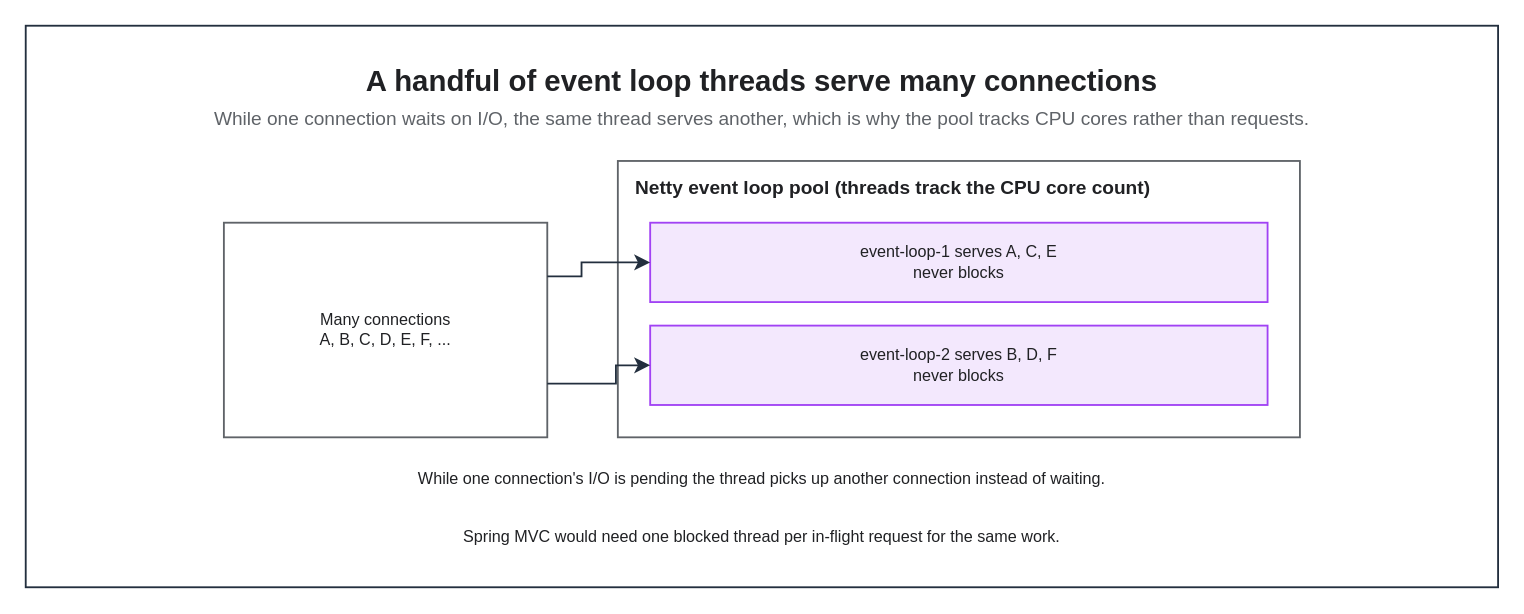
Above: assets/img/spring/spring-11-webflux-event-loop.drawio in KKamJi98/kkamji98.github.io (draw.io), before the change. Source tidied: cells renumbered, new cells numbered last; positions are measured from the earlier drawing's top-left corner, leaving out a move shared by most shapes. Both pictures are drawn from the tidied source at 147%, with x=0, y=0 at pixel (25, 25).
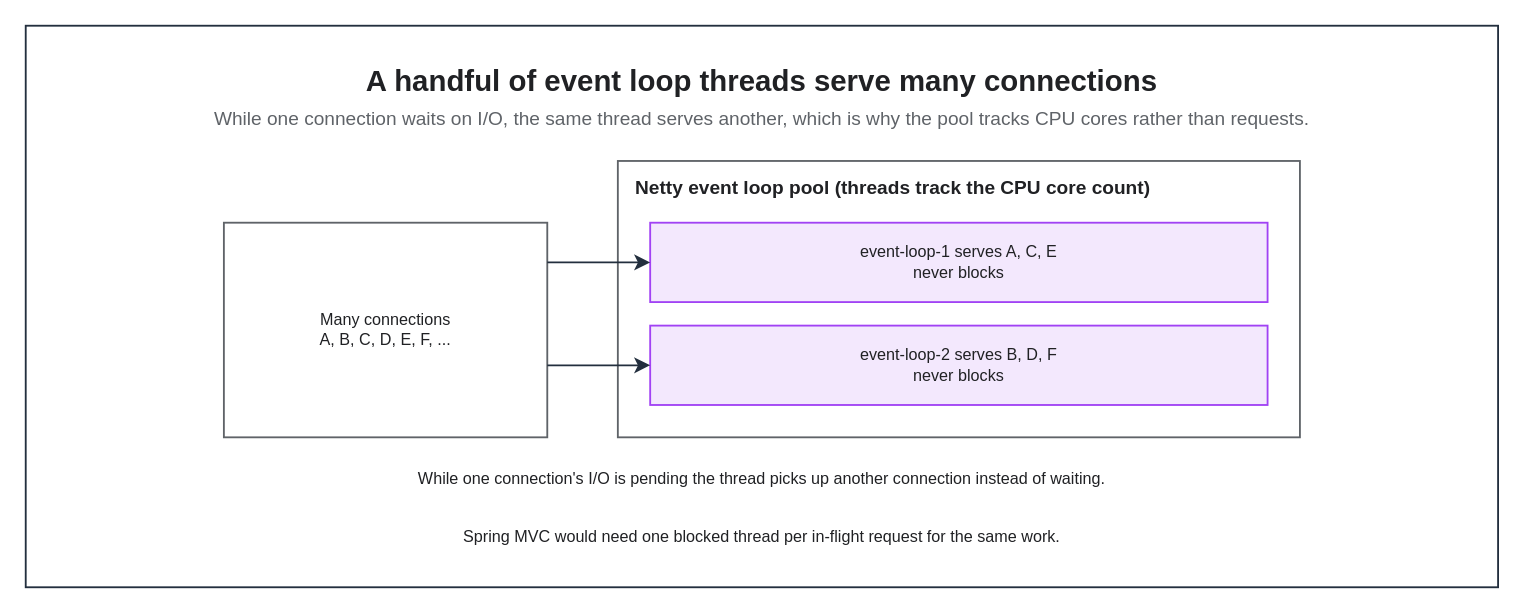
The same diagram, later.

The edit, as a diff of the source:
```diff
@@
 <mxGraphModel background="#FFFFFF">
   <root>
     <mxCell id="0" />
     <mxCell id="1" parent="0" />
     <mxCell id="2" style="rounded=0;html=0;fillColor=none;strokeColor=#232F3E;fontColor=#202124;strokeWidth=1.25;" parent="1" vertex="1">
       <mxGeometry width="1001.6" height="382" as="geometry" />
     </mxCell>
     <mxCell id="3" value="A handful of event loop threads serve many connections" style="text;html=0;whiteSpace=wrap;fillColor=none;strokeColor=none;fontColor=#202124;fontSize=20;fontStyle=1;align=center;verticalAlign=middle;" parent="1" vertex="1">
       <mxGeometry x="22" y="22" width="957.6" height="30" as="geometry" />
     </mxCell>
     <mxCell id="4" value="While one connection waits on I/O, the same thread serves another, which is why the pool tracks CPU cores rather than requests." style="text;html=0;whiteSpace=wrap;fillColor=none;strokeColor=none;fontColor=#5F6368;fontSize=13;fontStyle=0;align=center;verticalAlign=middle;" parent="1" vertex="1">
       <mxGeometry x="22" y="52" width="957.6" height="22" as="geometry" />
     </mxCell>
     <mxCell id="5" value="Netty event loop pool (threads track the CPU core count)" style="rounded=0;whiteSpace=wrap;html=0;fillColor=none;strokeColor=#5F6368;fontColor=#202124;fontSize=13;fontStyle=1;align=left;verticalAlign=top;spacingLeft=10;spacingTop=4;strokeWidth=1.25;dashed=0;" parent="1" vertex="1">
       <mxGeometry x="402.8" y="92" width="464" height="188" as="geometry" />
     </mxCell>
     <mxCell id="6" value="Many connections&#10;A, B, C, D, E, F, ..." style="rounded=0;whiteSpace=wrap;html=0;fillColor=#FFFFFF;strokeColor=#5F6368;fontColor=#202124;fontSize=11;fontStyle=0;align=center;verticalAlign=middle;spacingLeft=6;spacingRight=6;strokeWidth=1.25;" parent="1" vertex="1">
       <mxGeometry x="134.8" y="134" width="220" height="146" as="geometry" />
     </mxCell>
     <mxCell id="7" value="event-loop-1 serves A, C, E&#10;never blocks" style="rounded=0;whiteSpace=wrap;html=0;fillColor=#F3E8FD;strokeColor=#A142F4;fontColor=#202124;fontSize=11;fontStyle=0;align=center;verticalAlign=middle;spacingLeft=6;spacingRight=6;strokeWidth=1.25;" parent="1" vertex="1">
       <mxGeometry x="424.8" y="134" width="420" height="54" as="geometry" />
     </mxCell>
     <mxCell id="8" value="event-loop-2 serves B, D, F&#10;never blocks" style="rounded=0;whiteSpace=wrap;html=0;fillColor=#F3E8FD;strokeColor=#A142F4;fontColor=#202124;fontSize=11;fontStyle=0;align=center;verticalAlign=middle;spacingLeft=6;spacingRight=6;strokeWidth=1.25;" parent="1" vertex="1">
       <mxGeometry x="424.8" y="204" width="420" height="54" as="geometry" />
     </mxCell>
     <mxCell id="9" value="While one connection's I/O is pending the thread picks up another connection instead of waiting." style="text;html=0;whiteSpace=wrap;fillColor=none;strokeColor=none;fontColor=#202124;fontSize=11;fontStyle=0;align=center;verticalAlign=middle;" parent="1" vertex="1">
       <mxGeometry x="134.8" y="296" width="732" height="24" as="geometry" />
     </mxCell>
     <mxCell id="10" value="Spring MVC would need one blocked thread per in-flight request for the same work." style="text;html=0;whiteSpace=wrap;fillColor=none;strokeColor=none;fontColor=#202124;fontSize=11;fontStyle=0;align=center;verticalAlign=middle;" parent="1" vertex="1">
       <mxGeometry x="134.8" y="336" width="732" height="24" as="geometry" />
     </mxCell>
-    <mxCell id="11" style="edgeStyle=orthogonalEdgeStyle;rounded=0;html=0;strokeColor=#232F3E;strokeWidth=1.25;endArrow=classic;endFill=1;endSize=7;fontSize=11;fontColor=#202124;labelBackgroundColor=none;jettySize=14;exitX=1;exitY=0.25;entryX=0;entryY=0.5;exitDx=0;exitDy=0;entryDx=0;entryDy=0;" parent="1" edge="1" source="6" target="7">
-      <mxGeometry relative="1" as="geometry">
-        <Array as="points">
-          <mxPoint x="378.1" y="170.5" />
-          <mxPoint x="378.1" y="161" />
-        </Array>
-      </mxGeometry>
+    <mxCell id="11" style="edgeStyle=orthogonalEdgeStyle;rounded=0;html=0;strokeColor=#232F3E;strokeWidth=1.25;endArrow=classic;endFill=1;endSize=7;fontSize=11;fontColor=#202124;labelBackgroundColor=none;jettySize=14;exitX=1;exitY=0.1849;entryX=0;entryY=0.5;exitDx=0;exitDy=0;entryDx=0;entryDy=0;" parent="1" edge="1" source="6" target="7">
+      <mxGeometry relative="1" as="geometry" />
     </mxCell>
-    <mxCell id="12" style="edgeStyle=orthogonalEdgeStyle;rounded=0;html=0;strokeColor=#232F3E;strokeWidth=1.25;endArrow=classic;endFill=1;endSize=7;fontSize=11;fontColor=#202124;labelBackgroundColor=none;jettySize=14;exitX=1;exitY=0.75;entryX=0;entryY=0.5;exitDx=0;exitDy=0;entryDx=0;entryDy=0;" parent="1" edge="1" source="6" target="8">
-      <mxGeometry relative="1" as="geometry">
-        <Array as="points">
-          <mxPoint x="401.5" y="243.5" />
-          <mxPoint x="401.5" y="231" />
-        </Array>
-      </mxGeometry>
+    <mxCell id="12" style="edgeStyle=orthogonalEdgeStyle;rounded=0;html=0;strokeColor=#232F3E;strokeWidth=1.25;endArrow=classic;endFill=1;endSize=7;fontSize=11;fontColor=#202124;labelBackgroundColor=none;jettySize=14;exitX=1;exitY=0.6644;entryX=0;entryY=0.5;exitDx=0;exitDy=0;entryDx=0;entryDy=0;" parent="1" edge="1" source="6" target="8">
+      <mxGeometry relative="1" as="geometry" />
     </mxCell>
   </root>
 </mxGraphModel>
```
